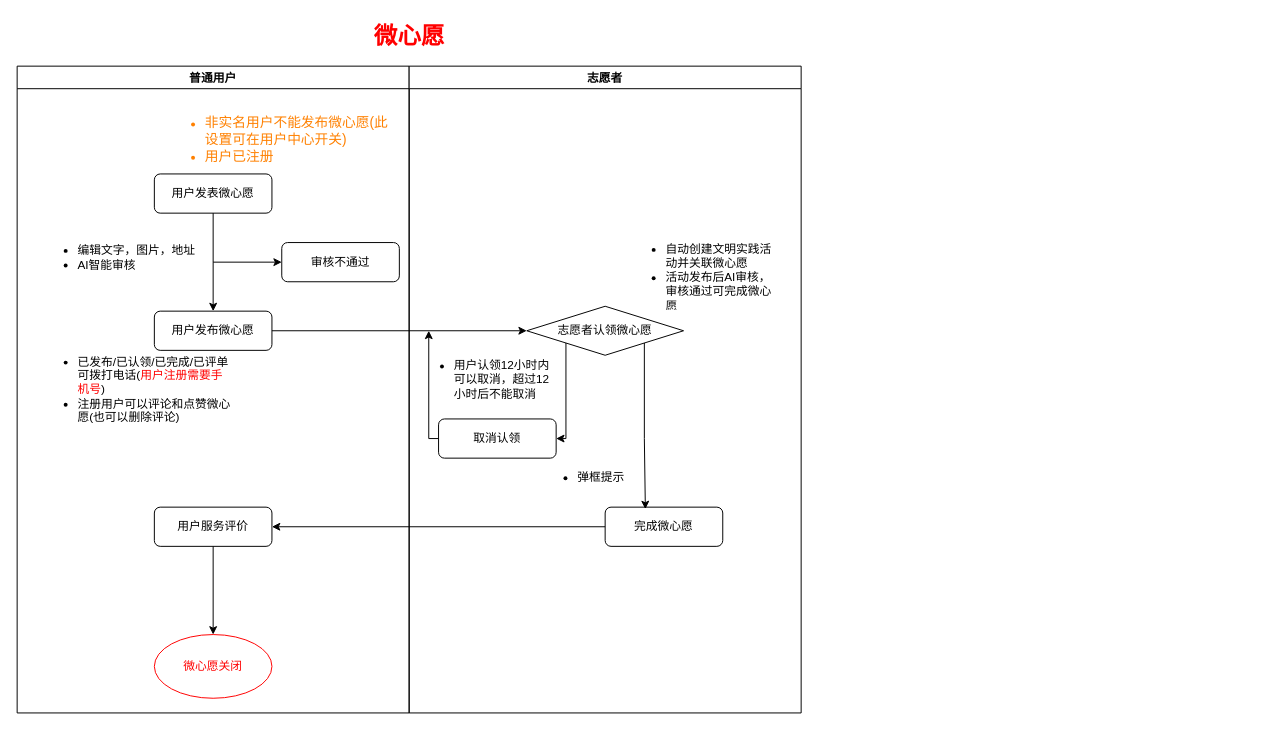
KZ137onethe/hello-world keeps this draw.io diagram as 微心愿.drawio. Above is the earlier version. Source tidied: cells renumbered, new cells numbered last; positions are measured from the earlier drawing's top-left corner, leaving out a move shared by most shapes. Both pictures are drawn from the tidied source at 98%, with x=0, y=0 at pixel (17, 17).
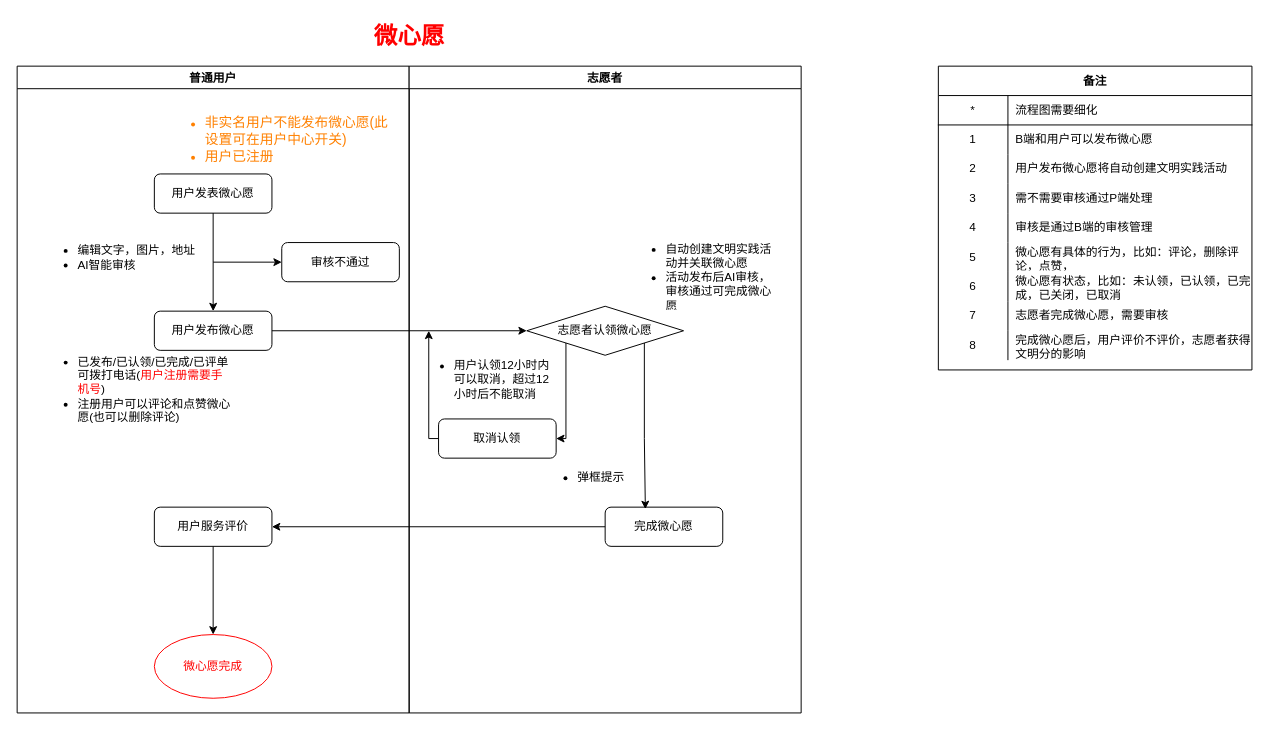
After the change.

The change refers to these unchanged cells:
```xml
<mxCell id="2" value="普通用户" style="swimlane;" parent="1" vertex="1">
  <mxGeometry y="50" width="400" height="660" as="geometry" />
</mxCell>
```

Diff of the diagram source:
```diff
@@
-    <mxCell id="9" value="&lt;font color=&quot;#ff0000&quot;&gt;微心愿关闭&lt;/font&gt;" style="ellipse;whiteSpace=wrap;html=1;strokeColor=#FF0000;" parent="2" vertex="1">
+    <mxCell id="9" value="&lt;font color=&quot;#ff0000&quot;&gt;微心愿完成&lt;/font&gt;" style="ellipse;whiteSpace=wrap;html=1;strokeColor=#FF0000;" parent="2" vertex="1">
       <mxGeometry x="140" y="580" width="120" height="65" as="geometry" />
     </mxCell>
@@
+    <mxCell id="27" value="备注" style="shape=table;startSize=30;childLayout=tableLayout;rowLines=0;fontStyle=1;align=center;direction=east;" parent="1" vertex="1">
+      <mxGeometry x="940" y="50" width="320" height="310" as="geometry" />
+    </mxCell>
+    <mxCell id="28" style="shape=partialRectangle;html=1;whiteSpace=wrap;fillColor=none;top=0;left=0;bottom=1;right=0;" parent="27" vertex="1">
+      <mxGeometry y="30" width="320" height="30" as="geometry" />
+    </mxCell>
+    <mxCell id="29" value="*" style="shape=partialRectangle;html=1;whiteSpace=wrap;fillColor=none;top=0;left=0;bottom=0;right=0;overflow=hidden;" parent="28" vertex="1">
+      <mxGeometry width="71" height="30" as="geometry" />
+    </mxCell>
+    <mxCell id="30" value="流程图需要细化" style="shape=partialRectangle;html=1;whiteSpace=wrap;fillColor=none;top=0;left=0;bottom=0;right=0;align=left;spacingLeft=6;overflow=hidden;" parent="28" vertex="1">
+      <mxGeometry x="71" width="249" height="30" as="geometry" />
+    </mxCell>
+    <mxCell id="31" style="shape=partialRectangle;html=1;whiteSpace=wrap;fillColor=none;top=0;left=0;bottom=0;right=0;labelBorderColor=none;labelBackgroundColor=none;verticalAlign=middle;" parent="27" vertex="1">
+      <mxGeometry y="60" width="320" height="30" as="geometry" />
+    </mxCell>
+    <mxCell id="32" value="1" style="shape=partialRectangle;html=1;whiteSpace=wrap;fillColor=none;top=0;left=0;bottom=0;right=0;overflow=hidden;flipV=1;labelBorderColor=none;" parent="31" vertex="1">
+      <mxGeometry width="71" height="30" as="geometry" />
+    </mxCell>
+    <mxCell id="33" value="&lt;span&gt;B端和用户可以发布微心愿&lt;/span&gt;" style="shape=partialRectangle;html=1;whiteSpace=wrap;fillColor=none;top=0;left=0;bottom=0;right=0;align=left;spacingLeft=6;overflow=hidden;" parent="31" vertex="1">
+      <mxGeometry x="71" width="249" height="30" as="geometry" />
+    </mxCell>
+    <mxCell id="34" style="shape=partialRectangle;html=1;whiteSpace=wrap;fillColor=none;top=0;left=0;bottom=0;right=0;labelBorderColor=none;labelBackgroundColor=none;verticalAlign=middle;" parent="27" vertex="1">
+      <mxGeometry y="90" width="320" height="30" as="geometry" />
+    </mxCell>
+    <mxCell id="35" value="2" style="shape=partialRectangle;html=1;whiteSpace=wrap;fillColor=none;top=0;left=0;bottom=0;right=0;overflow=hidden;flipV=1;labelBorderColor=none;" parent="34" vertex="1">
+      <mxGeometry width="71" height="30" as="geometry" />
+    </mxCell>
+    <mxCell id="36" value="用户发布微心愿将自动创建文明实践活动" style="shape=partialRectangle;html=1;whiteSpace=wrap;fillColor=none;top=0;left=0;bottom=0;right=0;align=left;spacingLeft=6;overflow=hidden;" parent="34" vertex="1">
+      <mxGeometry x="71" width="249" height="30" as="geometry" />
+    </mxCell>
+    <mxCell id="37" style="shape=partialRectangle;html=1;whiteSpace=wrap;fillColor=none;top=0;left=0;bottom=0;right=0;" parent="27" vertex="1">
+      <mxGeometry y="120" width="320" height="30" as="geometry" />
+    </mxCell>
+    <mxCell id="38" value="3" style="shape=partialRectangle;html=1;whiteSpace=wrap;fillColor=none;top=0;left=0;bottom=0;right=0;overflow=hidden;flipH=1;" parent="37" vertex="1">
+      <mxGeometry width="71" height="30" as="geometry" />
+    </mxCell>
+    <mxCell id="39" value="需不需要审核通过P端处理" style="shape=partialRectangle;html=1;whiteSpace=wrap;fillColor=none;top=0;left=0;bottom=0;right=0;align=left;spacingLeft=6;overflow=hidden;" parent="37" vertex="1">
+      <mxGeometry x="71" width="249" height="30" as="geometry" />
+    </mxCell>
+    <mxCell id="40" style="shape=partialRectangle;html=1;whiteSpace=wrap;fillColor=none;top=0;left=0;bottom=0;right=0;" parent="27" vertex="1">
+      <mxGeometry y="150" width="320" height="30" as="geometry" />
+    </mxCell>
+    <mxCell id="41" value="4" style="shape=partialRectangle;html=1;whiteSpace=wrap;fillColor=none;top=0;left=0;bottom=0;right=0;overflow=hidden;" parent="40" vertex="1">
+      <mxGeometry width="71" height="30" as="geometry" />
+    </mxCell>
+    <mxCell id="42" value="审核是通过B端的审核管理" style="shape=partialRectangle;html=1;whiteSpace=wrap;fillColor=none;top=0;left=0;bottom=0;right=0;align=left;spacingLeft=6;overflow=hidden;" parent="40" vertex="1">
+      <mxGeometry x="71" width="249" height="30" as="geometry" />
+    </mxCell>
+    <mxCell id="43" style="shape=partialRectangle;html=1;whiteSpace=wrap;fillColor=none;top=0;left=0;bottom=0;right=0;" parent="27" vertex="1">
+      <mxGeometry y="180" width="320" height="30" as="geometry" />
+    </mxCell>
+    <mxCell id="44" value="5" style="shape=partialRectangle;html=1;whiteSpace=wrap;fillColor=none;top=0;left=0;bottom=0;right=0;overflow=hidden;" parent="43" vertex="1">
+      <mxGeometry width="71" height="30" as="geometry" />
+    </mxCell>
+    <mxCell id="45" value="微心愿有具体的行为，比如：评论，删除评论，点赞，" style="shape=partialRectangle;html=1;whiteSpace=wrap;fillColor=none;top=0;left=0;bottom=0;right=0;align=left;spacingLeft=6;overflow=hidden;" parent="43" vertex="1">
+      <mxGeometry x="71" width="249" height="30" as="geometry" />
+    </mxCell>
+    <mxCell id="46" style="shape=partialRectangle;html=1;whiteSpace=wrap;fillColor=none;top=0;left=0;bottom=0;right=0;labelBorderColor=none;labelBackgroundColor=none;verticalAlign=middle;" parent="27" vertex="1">
+      <mxGeometry y="210" width="320" height="30" as="geometry" />
+    </mxCell>
+    <mxCell id="47" value="6" style="shape=partialRectangle;html=1;whiteSpace=wrap;fillColor=none;top=0;left=0;bottom=0;right=0;overflow=hidden;flipV=1;labelBorderColor=none;" parent="46" vertex="1">
+      <mxGeometry width="71" height="30" as="geometry" />
+    </mxCell>
+    <mxCell id="48" value="微心愿有状态，比如：未认领，已认领，已完成，已关闭，已取消" style="shape=partialRectangle;html=1;whiteSpace=wrap;fillColor=none;top=0;left=0;bottom=0;right=0;align=left;spacingLeft=6;overflow=hidden;fontSize=12;strokeWidth=1;" parent="46" vertex="1">
+      <mxGeometry x="71" width="249" height="30" as="geometry" />
+    </mxCell>
+    <mxCell id="49" style="shape=partialRectangle;html=1;whiteSpace=wrap;fillColor=none;top=0;left=0;bottom=0;right=0;labelBorderColor=none;labelBackgroundColor=none;verticalAlign=middle;" parent="27" vertex="1">
+      <mxGeometry y="240" width="320" height="30" as="geometry" />
+    </mxCell>
+    <mxCell id="50" value="7" style="shape=partialRectangle;html=1;whiteSpace=wrap;fillColor=none;top=0;left=0;bottom=0;right=0;overflow=hidden;flipV=1;labelBorderColor=none;" parent="49" vertex="1">
+      <mxGeometry width="71" height="30" as="geometry" />
+    </mxCell>
+    <mxCell id="51" value="志愿者完成微心愿，需要审核" style="shape=partialRectangle;html=1;whiteSpace=wrap;fillColor=none;top=0;left=0;bottom=0;right=0;align=left;spacingLeft=6;overflow=hidden;" parent="49" vertex="1">
+      <mxGeometry x="71" width="249" height="30" as="geometry" />
+    </mxCell>
+    <mxCell id="52" style="shape=partialRectangle;html=1;whiteSpace=wrap;fillColor=none;top=0;left=0;bottom=0;right=0;labelBorderColor=none;labelBackgroundColor=none;verticalAlign=middle;" parent="27" vertex="1">
+      <mxGeometry y="270" width="320" height="30" as="geometry" />
+    </mxCell>
+    <mxCell id="53" value="8" style="shape=partialRectangle;html=1;whiteSpace=wrap;fillColor=none;top=0;left=0;bottom=0;right=0;overflow=hidden;flipV=1;labelBorderColor=none;" parent="52" vertex="1">
+      <mxGeometry width="71" height="30" as="geometry" />
+    </mxCell>
+    <mxCell id="54" value="完成微心愿后，用户评价不评价，志愿者获得文明分的影响" style="shape=partialRectangle;html=1;whiteSpace=wrap;fillColor=none;top=0;left=0;bottom=0;right=0;align=left;spacingLeft=6;overflow=hidden;" parent="52" vertex="1">
+      <mxGeometry x="71" width="249" height="30" as="geometry" />
+    </mxCell>
```
